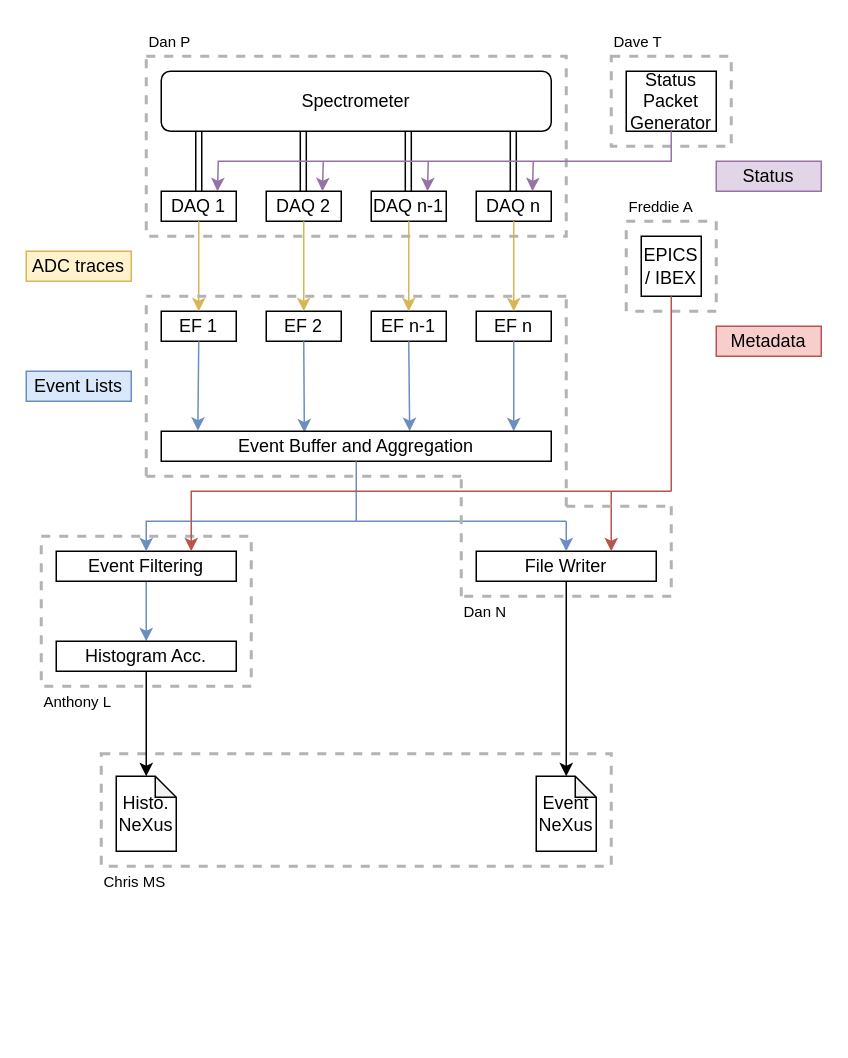
Above: docs/pipeline_v2.drawio in STFC-ICD-Research-and-Design/supermusr-data-pipeline (draw.io), before the change. Source tidied: cells renumbered, new cells numbered last; positions are measured from the earlier drawing's top-left corner, leaving out a move shared by most shapes. Both pictures are drawn from the tidied source at 150%, with x=0, y=0 at pixel (26, 26).
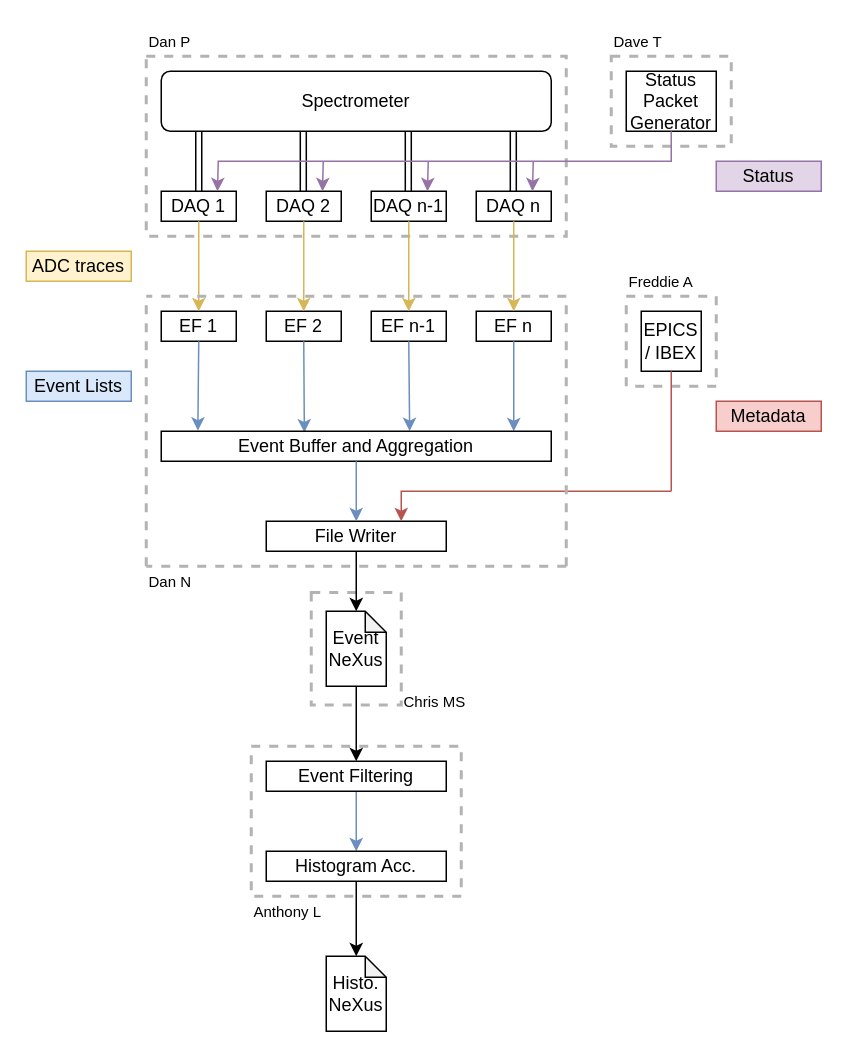
After the change.

Commit message (it also covers changes not shown here):
Update architecture diagram

Unchanged cells that the change refers to:
```xml
<mxCell id="28" value="Event Buffer and Aggregation" style="rounded=0;whiteSpace=wrap;html=1;" parent="1" vertex="1">
  <mxGeometry x="90" y="270" width="260" height="20" as="geometry" />
</mxCell>
```

What changed in the source:
```diff
@@
     <mxCell id="2" style="rounded=0;whiteSpace=wrap;html=1;dashed=1;fillColor=none;strokeWidth=2;strokeColor=#B3B3B3;" parent="1" vertex="1">
-      <mxGeometry x="50" y="485" width="340" height="75" as="geometry" />
+      <mxGeometry x="190" y="377.5" width="60" height="75" as="geometry" />
     </mxCell>
     <mxCell id="3" style="rounded=0;whiteSpace=wrap;html=1;dashed=1;fillColor=none;strokeColor=#B3B3B3;strokeWidth=2;" parent="1" vertex="1">
-      <mxGeometry x="400" y="130" width="60" height="60" as="geometry" />
+      <mxGeometry x="400" y="180" width="60" height="60" as="geometry" />
     </mxCell>
@@
     <mxCell id="6" style="rounded=0;whiteSpace=wrap;html=1;dashed=1;fillColor=none;strokeWidth=2;strokeColor=#B3B3B3;" parent="1" vertex="1">
-      <mxGeometry x="10" y="340" width="140" height="100" as="geometry" />
+      <mxGeometry x="150" y="480" width="140" height="100" as="geometry" />
     </mxCell>
@@
     <mxCell id="29" value="File Writer" style="rounded=0;whiteSpace=wrap;html=1;" parent="1" vertex="1">
-      <mxGeometry x="300" y="350" width="120" height="20" as="geometry" />
+      <mxGeometry x="160" y="330" width="120" height="20" as="geometry" />
     </mxCell>
-    <mxCell id="30" style="endArrow=none;html=1;rounded=0;exitX=0.5;exitY=1;exitDx=0;exitDy=0;endFill=0;fillColor=#dae8fc;strokeColor=#6c8ebf;" parent="1" edge="1" source="28">
-      <mxGeometry relative="1" as="geometry">
-        <mxPoint x="220" y="330" as="targetPoint" />
-      </mxGeometry>
-    </mxCell>
-    <mxCell id="31" style="endArrow=none;html=1;rounded=0;fillColor=#dae8fc;strokeColor=#6c8ebf;" parent="1" edge="1">
-      <mxGeometry relative="1" as="geometry">
-        <mxPoint x="290" y="330" as="sourcePoint" />
-        <mxPoint x="220" y="330" as="targetPoint" />
-      </mxGeometry>
-    </mxCell>
-    <mxCell id="32" style="endArrow=classic;html=1;rounded=0;entryX=0.5;entryY=0;entryDx=0;entryDy=0;fillColor=#dae8fc;strokeColor=#6c8ebf;" parent="1" edge="1" target="29">
-      <mxGeometry relative="1" as="geometry">
-        <mxPoint x="360" y="330" as="sourcePoint" />
-      </mxGeometry>
+    <mxCell id="32" style="endArrow=classic;html=1;rounded=0;entryX=0.5;entryY=0;entryDx=0;entryDy=0;fillColor=#dae8fc;strokeColor=#6c8ebf;exitX=0.5;exitY=1;exitDx=0;exitDy=0;" parent="1" edge="1" source="28" target="29">
+      <mxGeometry relative="1" as="geometry" />
     </mxCell>
-    <mxCell id="33" style="endArrow=none;html=1;rounded=0;fillColor=#dae8fc;strokeColor=#6c8ebf;" parent="1" edge="1">
-      <mxGeometry relative="1" as="geometry">
-        <mxPoint x="290" y="330" as="sourcePoint" />
-        <mxPoint x="360" y="330" as="targetPoint" />
-      </mxGeometry>
-    </mxCell>
@@
     <mxCell id="35" value="Event Filtering" style="rounded=0;whiteSpace=wrap;html=1;" parent="1" vertex="1">
-      <mxGeometry x="20" y="350" width="120" height="20" as="geometry" />
+      <mxGeometry x="160" y="490" width="120" height="20" as="geometry" />
     </mxCell>
-    <mxCell id="36" style="endArrow=classic;html=1;rounded=0;entryX=0.5;entryY=0;entryDx=0;entryDy=0;fillColor=#dae8fc;strokeColor=#6c8ebf;" parent="1" edge="1" target="35">
-      <mxGeometry relative="1" as="geometry">
-        <mxPoint x="220" y="330" as="sourcePoint" />
-        <Array as="points">
-          <mxPoint x="80" y="330" />
-        </Array>
-      </mxGeometry>
-    </mxCell>
+    <mxCell id="69" style="edgeStyle=orthogonalEdgeStyle;rounded=0;jettySize=auto;html=1;exitX=0.5;exitY=1;exitDx=0;exitDy=0;exitPerimeter=0;entryX=0.5;entryY=0;entryDx=0;entryDy=0;" parent="1" edge="1" source="37" target="35">
+      <mxGeometry relative="1" as="geometry" />
+    </mxCell>
     <mxCell id="37" value="Event&lt;br&gt;NeXus" style="shape=note;whiteSpace=wrap;html=1;backgroundOutline=1;darkOpacity=0.05;size=14;" parent="1" vertex="1">
-      <mxGeometry x="340" y="500" width="40" height="50" as="geometry" />
+      <mxGeometry x="200" y="390" width="40" height="50" as="geometry" />
     </mxCell>
     <mxCell id="38" value="Histo.&lt;br&gt;NeXus" style="shape=note;whiteSpace=wrap;html=1;backgroundOutline=1;darkOpacity=0.05;size=14;" parent="1" vertex="1">
-      <mxGeometry x="60" y="500" width="40" height="50" as="geometry" />
+      <mxGeometry x="200" y="620" width="40" height="50" as="geometry" />
     </mxCell>
@@
     <mxCell id="41" value="EPICS / IBEX" style="rounded=0;whiteSpace=wrap;html=1;" parent="1" vertex="1">
-      <mxGeometry x="410" y="140" width="40" height="40" as="geometry" />
+      <mxGeometry x="410" y="190" width="40" height="40" as="geometry" />
     </mxCell>
@@
     <mxCell id="43" style="endArrow=classic;html=1;rounded=0;entryX=0.75;entryY=0;entryDx=0;entryDy=0;fillColor=#f8cecc;strokeColor=#b85450;" parent="1" edge="1" target="29">
       <mxGeometry relative="1" as="geometry">
-        <mxPoint x="390" y="310" as="sourcePoint" />
+        <mxPoint x="430" y="310" as="sourcePoint" />
         <Array as="points">
-          <mxPoint x="390" y="330" />
+          <mxPoint x="250" y="310" />
         </Array>
       </mxGeometry>
     </mxCell>
-    <mxCell id="44" style="endArrow=classic;html=1;rounded=0;entryX=0.75;entryY=0;entryDx=0;entryDy=0;fillColor=#f8cecc;strokeColor=#b85450;" parent="1" edge="1" target="35">
-      <mxGeometry relative="1" as="geometry">
-        <mxPoint x="430" y="310" as="sourcePoint" />
-        <Array as="points">
-          <mxPoint x="110" y="310" />
-        </Array>
-      </mxGeometry>
-    </mxCell>
     <mxCell id="45" value="Metadata" style="text;html=1;strokeColor=#b85450;fillColor=#f8cecc;align=center;verticalAlign=middle;whiteSpace=wrap;rounded=0;" parent="1" vertex="1">
-      <mxGeometry x="460" y="200" width="70" height="20" as="geometry" />
+      <mxGeometry x="460" y="250" width="70" height="20" as="geometry" />
     </mxCell>
@@
     <mxCell id="52" value="Histogram Acc." style="rounded=0;whiteSpace=wrap;html=1;" parent="1" vertex="1">
-      <mxGeometry x="20" y="410" width="120" height="20" as="geometry" />
+      <mxGeometry x="160" y="550" width="120" height="20" as="geometry" />
     </mxCell>
@@
-    <mxCell id="55" style="endArrow=none;dashed=1;html=1;rounded=0;strokeWidth=2;strokeColor=#B3B3B3;" parent="1" edge="1">
-      <mxGeometry relative="1" as="geometry">
-        <mxPoint x="80" y="300" as="sourcePoint" />
-        <mxPoint x="290" y="300" as="targetPoint" />
-      </mxGeometry>
-    </mxCell>
-    <mxCell id="56" style="endArrow=none;dashed=1;html=1;rounded=0;strokeWidth=2;strokeColor=#B3B3B3;" parent="1" edge="1">
-      <mxGeometry relative="1" as="geometry">
-        <mxPoint x="290" y="380" as="sourcePoint" />
-        <mxPoint x="290" y="300" as="targetPoint" />
-      </mxGeometry>
-    </mxCell>
-    <mxCell id="57" style="endArrow=none;dashed=1;html=1;rounded=0;strokeWidth=2;strokeColor=#B3B3B3;" parent="1" edge="1">
-      <mxGeometry relative="1" as="geometry">
-        <mxPoint x="430" y="380" as="sourcePoint" />
-        <mxPoint x="290" y="380" as="targetPoint" />
-      </mxGeometry>
-    </mxCell>
-    <mxCell id="58" style="endArrow=none;dashed=1;html=1;rounded=0;strokeWidth=2;strokeColor=#B3B3B3;" parent="1" edge="1">
-      <mxGeometry relative="1" as="geometry">
-        <mxPoint x="430" y="320" as="sourcePoint" />
-        <mxPoint x="430" y="380" as="targetPoint" />
-      </mxGeometry>
-    </mxCell>
     <mxCell id="59" style="endArrow=none;dashed=1;html=1;rounded=0;strokeWidth=2;strokeColor=#B3B3B3;" parent="1" edge="1">
       <mxGeometry relative="1" as="geometry">
-        <mxPoint x="80" y="300" as="sourcePoint" />
+        <mxPoint x="80" y="360" as="sourcePoint" />
         <mxPoint x="80" y="180" as="targetPoint" />
       </mxGeometry>
     </mxCell>
@@
     <mxCell id="61" style="endArrow=none;dashed=1;html=1;rounded=0;strokeWidth=2;strokeColor=#B3B3B3;" parent="1" edge="1">
       <mxGeometry relative="1" as="geometry">
-        <mxPoint x="360" y="320" as="sourcePoint" />
+        <mxPoint x="360" y="360" as="sourcePoint" />
         <mxPoint x="360" y="180" as="targetPoint" />
       </mxGeometry>
     </mxCell>
-    <mxCell id="62" style="endArrow=none;dashed=1;html=1;rounded=0;strokeWidth=2;strokeColor=#B3B3B3;" parent="1" edge="1">
-      <mxGeometry relative="1" as="geometry">
-        <mxPoint x="360" y="320" as="sourcePoint" />
-        <mxPoint x="430" y="320" as="targetPoint" />
-      </mxGeometry>
-    </mxCell>
     <mxCell id="63" value="Anthony L" style="text;html=1;strokeColor=none;fillColor=none;align=left;verticalAlign=middle;whiteSpace=wrap;rounded=0;rotation=0;fontSize=10;" parent="1" vertex="1">
-      <mxGeometry x="10" y="440" width="50" height="20" as="geometry" />
+      <mxGeometry x="150" y="580" width="50" height="20" as="geometry" />
     </mxCell>
@@
     <mxCell id="66" value="Freddie A" style="text;html=1;strokeColor=none;fillColor=none;align=left;verticalAlign=middle;whiteSpace=wrap;rounded=0;rotation=0;fontSize=10;" parent="1" vertex="1">
-      <mxGeometry x="400" y="110" width="60" height="20" as="geometry" />
+      <mxGeometry x="400" y="160" width="60" height="20" as="geometry" />
     </mxCell>
     <mxCell id="67" value="Dan N" style="text;html=1;strokeColor=none;fillColor=none;align=left;verticalAlign=middle;whiteSpace=wrap;rounded=0;rotation=0;fontSize=10;" parent="1" vertex="1">
-      <mxGeometry x="290" y="380" width="60" height="20" as="geometry" />
+      <mxGeometry x="80" y="360" width="60" height="20" as="geometry" />
     </mxCell>
     <mxCell id="68" value="Chris MS" style="text;html=1;strokeColor=none;fillColor=none;align=left;verticalAlign=middle;whiteSpace=wrap;rounded=0;rotation=0;fontSize=10;" parent="1" vertex="1">
-      <mxGeometry x="50" y="560" width="60" height="20" as="geometry" />
+      <mxGeometry x="250" y="440" width="60" height="20" as="geometry" />
     </mxCell>
+    <mxCell id="70" style="edgeStyle=orthogonalEdgeStyle;rounded=0;orthogonalLoop=1;jettySize=auto;html=1;exitX=0.5;exitY=1;exitDx=0;exitDy=0;exitPerimeter=0;" parent="1" edge="1" source="37" target="37">
+      <mxGeometry relative="1" as="geometry" />
+    </mxCell>
+    <mxCell id="71" style="endArrow=none;dashed=1;html=1;rounded=0;strokeWidth=2;strokeColor=#B3B3B3;" parent="1" edge="1">
+      <mxGeometry relative="1" as="geometry">
+        <mxPoint x="360" y="360" as="sourcePoint" />
+        <mxPoint x="80" y="360" as="targetPoint" />
+      </mxGeometry>
+    </mxCell>
```
